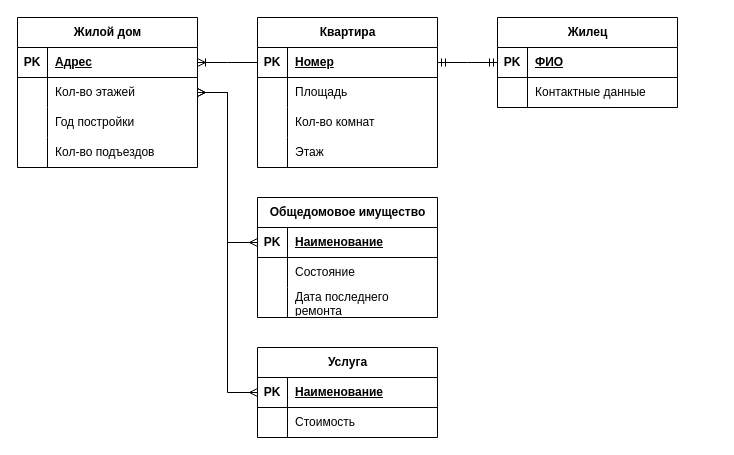
This is zhuc.drawio from minikarha/hueta, a draw.io file, before an edit. Source tidied: cells renumbered, new cells numbered last; positions are measured from the earlier drawing's top-left corner, leaving out a move shared by most shapes. Both pictures are drawn from the tidied source at 100%, with x=0, y=0 at pixel (17, 17).
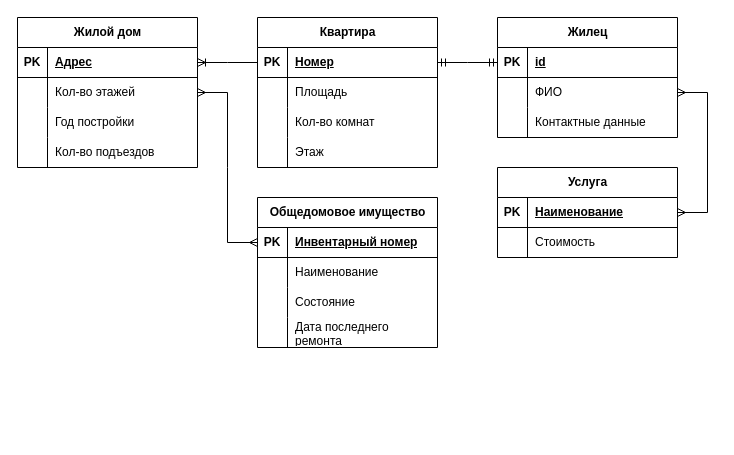
After the change.

Unchanged cells that the change refers to:
```xml
<mxCell id="6" style="shape=tableRow;horizontal=0;startSize=0;swimlaneHead=0;swimlaneBody=0;fillColor=none;points=[[0,0.5],[1,0.5]];portConstraint=eastwest;top=0;left=0;right=0;bottom=0;" parent="2" vertex="1">
  <mxGeometry y="60" width="180" height="30" as="geometry" />
</mxCell>
<mxCell id="29" style="shape=tableRow;horizontal=0;startSize=0;swimlaneHead=0;swimlaneBody=0;fillColor=none;points=[[0,0.5],[1,0.5]];portConstraint=eastwest;top=0;left=0;right=0;bottom=1;" parent="28" vertex="1">
  <mxGeometry y="30" width="180" height="30" as="geometry" />
</mxCell>
<mxCell id="36" style="shape=tableRow;horizontal=0;startSize=0;swimlaneHead=0;swimlaneBody=0;fillColor=none;points=[[0,0.5],[1,0.5]];portConstraint=eastwest;top=0;left=0;right=0;bottom=1;" parent="35" vertex="1">
  <mxGeometry y="30" width="180" height="30" as="geometry" />
</mxCell>
<mxCell id="39" style="shape=tableRow;horizontal=0;startSize=0;swimlaneHead=0;swimlaneBody=0;fillColor=none;top=0;left=0;right=0;bottom=0;" parent="35" vertex="1">
  <mxGeometry y="60" width="180" height="30" as="geometry" />
</mxCell>
<mxCell id="46" style="shape=tableRow;horizontal=0;startSize=0;swimlaneHead=0;swimlaneBody=0;fillColor=none;points=[[0,0.5],[1,0.5]];portConstraint=eastwest;top=0;left=0;right=0;bottom=1;" parent="45" vertex="1">
  <mxGeometry y="30" width="180" height="30" as="geometry" />
</mxCell>
<mxCell id="49" style="shape=tableRow;horizontal=0;startSize=0;swimlaneHead=0;swimlaneBody=0;fillColor=none;points=[[0,0.5],[1,0.5]];portConstraint=eastwest;top=0;left=0;right=0;bottom=0;" parent="45" vertex="1">
  <mxGeometry y="60" width="180" height="30" as="geometry" />
</mxCell>
```

What changed in the source:
```diff
@@
     <mxCell id="28" value="Услуга" style="shape=table;startSize=30;childLayout=tableLayout;rowLines=0;fontStyle=1;align=center;html=1;" parent="1" vertex="1">
-      <mxGeometry x="240" y="330" width="180" height="90" as="geometry" />
+      <mxGeometry x="480" y="150" width="180" height="90" as="geometry" />
     </mxCell>
@@
     <mxCell id="35" value="Общедомовое имущество" style="shape=table;startSize=30;childLayout=tableLayout;rowLines=0;fontStyle=1;align=center;html=1;" parent="1" vertex="1">
-      <mxGeometry x="240" y="180" width="180" height="120" as="geometry" />
+      <mxGeometry x="240" y="180" width="180" height="150" as="geometry" />
     </mxCell>
@@
-    <mxCell id="38" value="Наименование" style="shape=partialRectangle;fillColor=none;top=0;left=0;bottom=0;right=0;align=left;spacingLeft=6;fontStyle=5;overflow=hidden;whiteSpace=wrap;html=1;" parent="36" vertex="1">
+    <mxCell id="38" value="Инвентарный номер" style="shape=partialRectangle;fillColor=none;top=0;left=0;bottom=0;right=0;align=left;spacingLeft=6;fontStyle=5;overflow=hidden;whiteSpace=wrap;html=1;" parent="36" vertex="1">
       <mxGeometry x="30" width="150" height="30" as="geometry" />
     </mxCell>
@@
-    <mxCell id="41" value="Состояние" style="shape=partialRectangle;fillColor=none;top=0;left=0;bottom=0;right=0;align=left;spacingLeft=6;overflow=hidden;whiteSpace=wrap;html=1;" parent="39" vertex="1">
+    <mxCell id="41" value="Наименование" style="shape=partialRectangle;fillColor=none;top=0;left=0;bottom=0;right=0;align=left;spacingLeft=6;overflow=hidden;whiteSpace=wrap;html=1;" parent="39" vertex="1">
       <mxGeometry x="30" width="150" height="30" as="geometry" />
     </mxCell>
-    <mxCell id="42" style="shape=tableRow;horizontal=0;startSize=0;swimlaneHead=0;swimlaneBody=0;fillColor=none;top=0;left=0;right=0;bottom=0;" parent="35" vertex="1">
-      <mxGeometry y="90" width="180" height="30" as="geometry" />
-    </mxCell>
-    <mxCell id="43" style="shape=partialRectangle;fillColor=none;top=0;left=0;bottom=0;right=0;overflow=hidden;whiteSpace=wrap;html=1;" parent="42" vertex="1">
-      <mxGeometry width="30" height="30" as="geometry" />
-    </mxCell>
+    <mxCell id="56" style="shape=tableRow;horizontal=0;startSize=0;swimlaneHead=0;swimlaneBody=0;fillColor=none;top=0;left=0;right=0;bottom=0;" parent="35" vertex="1">
+      <mxGeometry y="90" width="180" height="30" as="geometry" />
+    </mxCell>
+    <mxCell id="57" style="shape=partialRectangle;fillColor=none;top=0;left=0;bottom=0;right=0;overflow=hidden;whiteSpace=wrap;html=1;" parent="56" vertex="1">
+      <mxGeometry width="30" height="30" as="geometry" />
+    </mxCell>
+    <mxCell id="58" value="Состояние" style="shape=partialRectangle;fillColor=none;top=0;left=0;bottom=0;right=0;align=left;spacingLeft=6;overflow=hidden;whiteSpace=wrap;html=1;" parent="56" vertex="1">
+      <mxGeometry x="30" width="150" height="30" as="geometry" />
+    </mxCell>
+    <mxCell id="59" style="shape=tableRow;horizontal=0;startSize=0;swimlaneHead=0;swimlaneBody=0;fillColor=none;top=0;left=0;right=0;bottom=0;" parent="35" vertex="1">
+      <mxGeometry y="120" width="180" height="30" as="geometry" />
+    </mxCell>
+    <mxCell id="60" style="shape=partialRectangle;fillColor=none;top=0;left=0;bottom=0;right=0;overflow=hidden;whiteSpace=wrap;html=1;" parent="59" vertex="1">
+      <mxGeometry width="30" height="30" as="geometry" />
+    </mxCell>
-    <mxCell id="44" value="Дата последнего ремонта" style="shape=partialRectangle;fillColor=none;top=0;left=0;bottom=0;right=0;align=left;spacingLeft=6;overflow=hidden;whiteSpace=wrap;html=1;" parent="42" vertex="1">
+    <mxCell id="44" value="Дата последнего ремонта" style="shape=partialRectangle;fillColor=none;top=0;left=0;bottom=0;right=0;align=left;spacingLeft=6;overflow=hidden;whiteSpace=wrap;html=1;" parent="59" vertex="1">
       <mxGeometry x="30" width="150" height="30" as="geometry" />
     </mxCell>
     <mxCell id="45" value="Жилец" style="shape=table;startSize=30;childLayout=tableLayout;rowLines=0;fontStyle=1;align=center;html=1;" parent="1" vertex="1">
-      <mxGeometry x="480" width="180" height="90" as="geometry" />
+      <mxGeometry x="480" width="180" height="120" as="geometry" />
     </mxCell>
@@
-    <mxCell id="48" value="ФИО" style="shape=partialRectangle;fillColor=none;top=0;left=0;bottom=0;right=0;align=left;spacingLeft=6;fontStyle=5;overflow=hidden;whiteSpace=wrap;html=1;" parent="46" vertex="1">
+    <mxCell id="48" value="id" style="shape=partialRectangle;fillColor=none;top=0;left=0;bottom=0;right=0;align=left;spacingLeft=6;fontStyle=5;overflow=hidden;whiteSpace=wrap;html=1;" parent="46" vertex="1">
       <mxGeometry x="30" width="150" height="30" as="geometry" />
     </mxCell>
@@
-    <mxCell id="51" value="Контактные данные" style="shape=partialRectangle;fillColor=none;top=0;left=0;bottom=0;right=0;align=left;spacingLeft=6;overflow=hidden;whiteSpace=wrap;html=1;" parent="49" vertex="1">
+    <mxCell id="51" value="ФИО" style="shape=partialRectangle;fillColor=none;top=0;left=0;bottom=0;right=0;align=left;spacingLeft=6;overflow=hidden;whiteSpace=wrap;html=1;" parent="49" vertex="1">
       <mxGeometry x="30" width="150" height="30" as="geometry" />
     </mxCell>
+    <mxCell id="61" style="shape=tableRow;horizontal=0;startSize=0;swimlaneHead=0;swimlaneBody=0;fillColor=none;top=0;left=0;right=0;bottom=0;" parent="45" vertex="1">
+      <mxGeometry y="90" width="180" height="30" as="geometry" />
+    </mxCell>
+    <mxCell id="62" style="shape=partialRectangle;fillColor=none;top=0;left=0;bottom=0;right=0;overflow=hidden;whiteSpace=wrap;html=1;" parent="61" vertex="1">
+      <mxGeometry width="30" height="30" as="geometry" />
+    </mxCell>
+    <mxCell id="63" value="Контактные данные" style="shape=partialRectangle;fillColor=none;top=0;left=0;bottom=0;right=0;align=left;spacingLeft=6;overflow=hidden;whiteSpace=wrap;html=1;" parent="61" vertex="1">
+      <mxGeometry x="30" width="150" height="30" as="geometry" />
+    </mxCell>
@@
-    <mxCell id="55" style="edgeStyle=entityRelationEdgeStyle;fontSize=12;html=1;endArrow=ERmany;startArrow=ERmany;rounded=0;" parent="1" edge="1" source="6" target="29">
+    <mxCell id="55" style="edgeStyle=entityRelationEdgeStyle;fontSize=12;html=1;endArrow=ERmany;startArrow=ERmany;rounded=0;" parent="1" edge="1" source="49" target="29">
       <mxGeometry relative="1" as="geometry" />
     </mxCell>
```
